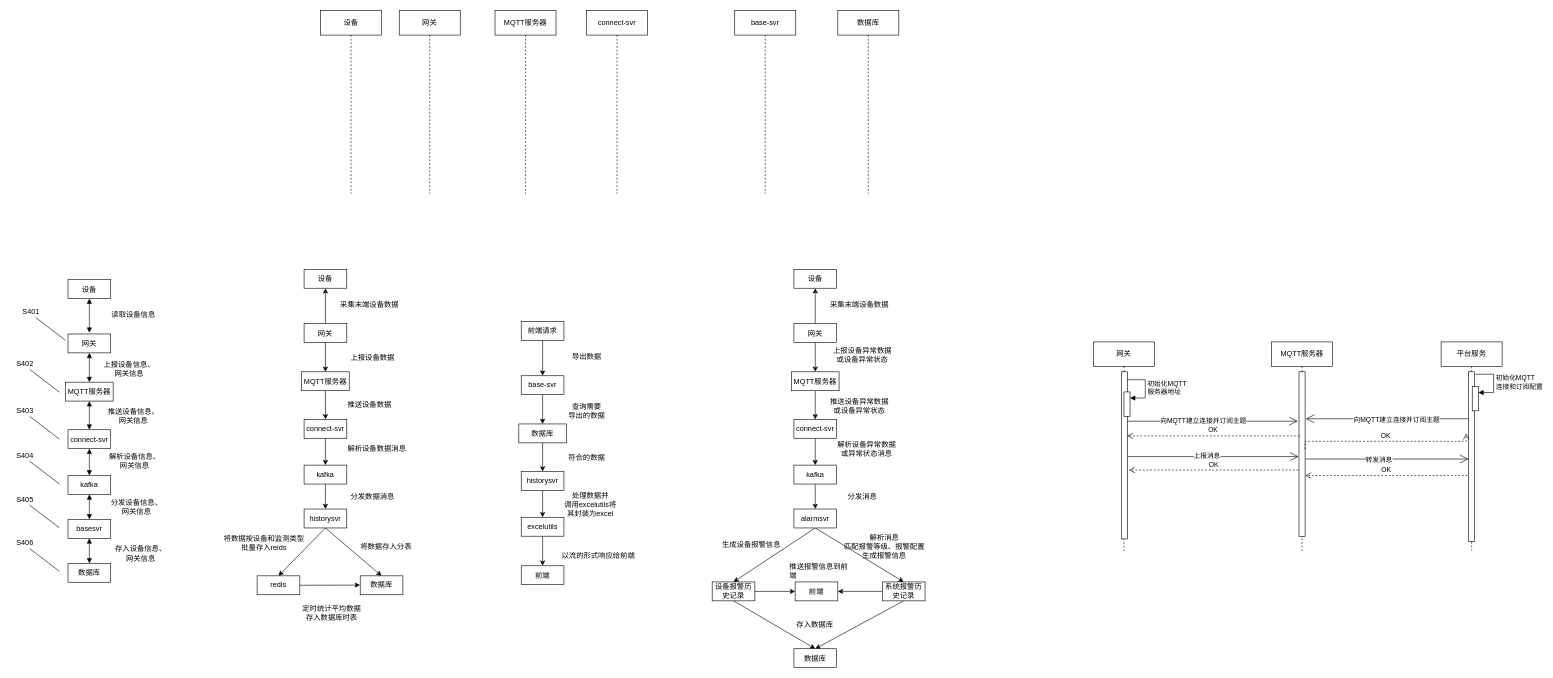
The draw.io diagram ems专利.drawio in viking-wj/software, before the edit. Source tidied: cells renumbered, new cells numbered last; positions are measured from the earlier drawing's top-left corner, leaving out a move shared by most shapes. Both pictures are drawn from the tidied source at 61%, with x=0, y=0 at pixel (10, 10).
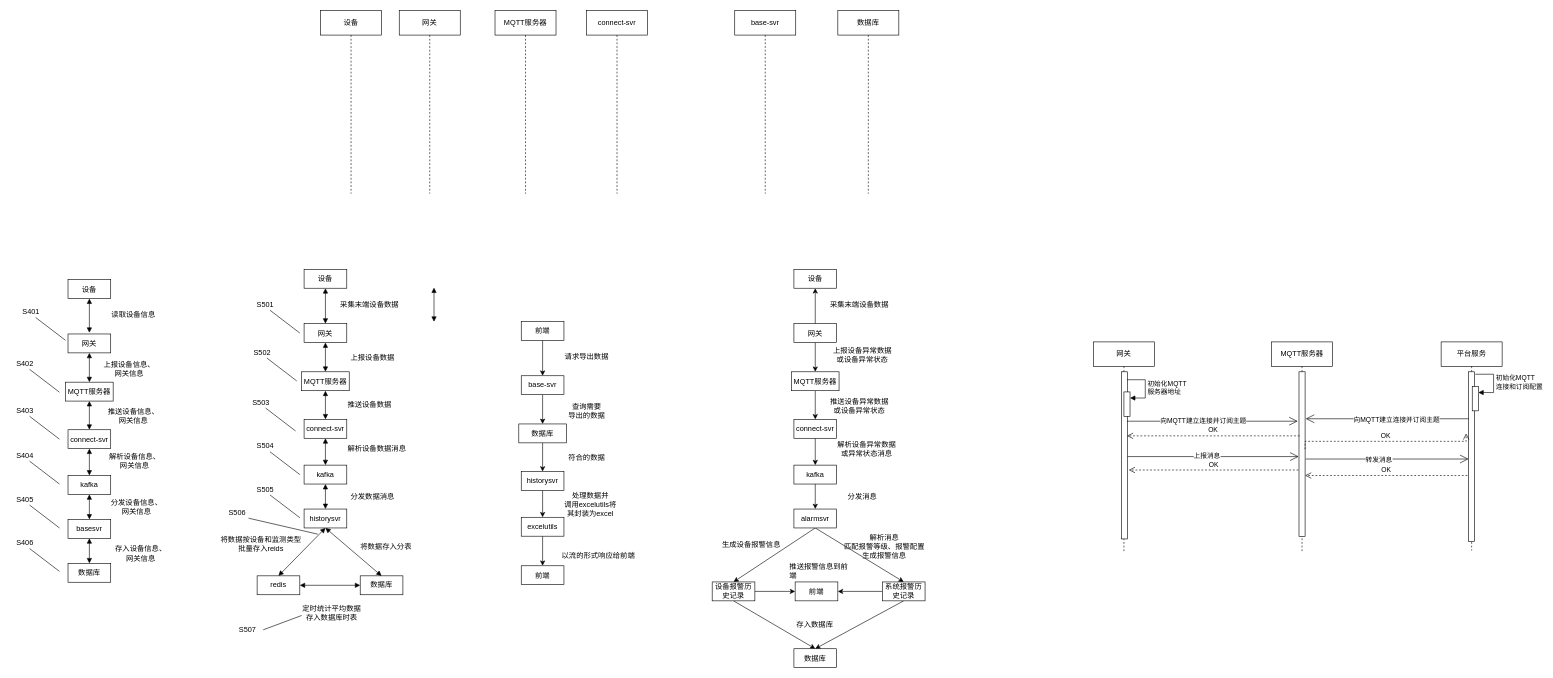
The same page after the edit.

The change refers to these unchanged cells:
```xml
<mxCell id="21" value="设备" style="rounded=0;whiteSpace=wrap;html=1;" parent="1" vertex="1">
  <mxGeometry x="481" y="424" width="70" height="31" as="geometry" />
</mxCell>
<mxCell id="24" value="网关" style="rounded=0;whiteSpace=wrap;html=1;" parent="1" vertex="1">
  <mxGeometry x="481" y="513" width="70" height="31" as="geometry" />
</mxCell>
<mxCell id="27" value="MQTT服务器" style="rounded=0;whiteSpace=wrap;html=1;" parent="1" vertex="1">
  <mxGeometry x="477" y="592" width="78" height="31" as="geometry" />
</mxCell>
<mxCell id="30" value="connect-svr" style="rounded=0;whiteSpace=wrap;html=1;" parent="1" vertex="1">
  <mxGeometry x="481" y="670" width="70" height="31" as="geometry" />
</mxCell>
<mxCell id="33" value="kafka" style="rounded=0;whiteSpace=wrap;html=1;" parent="1" vertex="1">
  <mxGeometry x="481" y="745" width="70" height="31" as="geometry" />
</mxCell>
<mxCell id="37" value="historysvr" style="rounded=0;whiteSpace=wrap;html=1;" parent="1" vertex="1">
  <mxGeometry x="481" y="817" width="70" height="31" as="geometry" />
</mxCell>
<mxCell id="39" value="数据库" style="rounded=0;whiteSpace=wrap;html=1;" parent="1" vertex="1">
  <mxGeometry x="573" y="926.5" width="70" height="31" as="geometry" />
</mxCell>
<mxCell id="41" value="redis" style="rounded=0;whiteSpace=wrap;html=1;" parent="1" vertex="1">
  <mxGeometry x="404" y="926.5" width="70" height="31" as="geometry" />
</mxCell>
```

Change to the diagram source:
```diff
@@
-    <mxCell id="22" style="edgeStyle=none;rounded=0;jettySize=auto;html=1;exitX=0.5;exitY=1;exitDx=0;exitDy=0;entryX=0.5;entryY=0;entryDx=0;entryDy=0;" parent="1" edge="1" source="24" target="27">
-      <mxGeometry relative="1" as="geometry" />
-    </mxCell>
-    <mxCell id="23" style="edgeStyle=none;rounded=0;jettySize=auto;html=1;exitX=0.5;exitY=0;exitDx=0;exitDy=0;" parent="1" edge="1" source="24" target="21">
-      <mxGeometry relative="1" as="geometry" />
-    </mxCell>
@@
-    <mxCell id="26" style="edgeStyle=none;rounded=0;jettySize=auto;html=1;exitX=0.5;exitY=1;exitDx=0;exitDy=0;entryX=0.5;entryY=0;entryDx=0;entryDy=0;" parent="1" edge="1" source="27" target="30">
-      <mxGeometry relative="1" as="geometry" />
-    </mxCell>
@@
-    <mxCell id="29" style="edgeStyle=none;rounded=0;jettySize=auto;html=1;exitX=0.5;exitY=1;exitDx=0;exitDy=0;" parent="1" edge="1" source="30" target="33">
-      <mxGeometry relative="1" as="geometry" />
-    </mxCell>
@@
-    <mxCell id="32" style="edgeStyle=none;rounded=0;jettySize=auto;html=1;exitX=0.5;exitY=1;exitDx=0;exitDy=0;entryX=0.5;entryY=0;entryDx=0;entryDy=0;" parent="1" edge="1" source="33" target="37">
-      <mxGeometry relative="1" as="geometry" />
-    </mxCell>
@@
-    <mxCell id="35" style="edgeStyle=none;rounded=0;jettySize=auto;html=1;exitX=0.5;exitY=1;exitDx=0;exitDy=0;entryX=0.5;entryY=0;entryDx=0;entryDy=0;" parent="1" edge="1" source="37" target="41">
-      <mxGeometry relative="1" as="geometry" />
-    </mxCell>
-    <mxCell id="36" style="edgeStyle=none;rounded=0;jettySize=auto;html=1;exitX=0.5;exitY=1;exitDx=0;exitDy=0;entryX=0.5;entryY=0;entryDx=0;entryDy=0;" parent="1" edge="1" source="37" target="39">
-      <mxGeometry relative="1" as="geometry" />
-    </mxCell>
@@
-    <mxCell id="40" style="edgeStyle=none;rounded=0;jettySize=auto;html=1;exitX=1;exitY=0.5;exitDx=0;exitDy=0;" parent="1" edge="1" source="41">
-      <mxGeometry relative="1" as="geometry">
-        <mxPoint x="572.7" y="941.7" as="targetPoint" />
-      </mxGeometry>
-    </mxCell>
@@
     <mxCell id="42" value="将数据按设备和监测类型&lt;br&gt;批量存入reids" style="text;html=1;align=center;verticalAlign=middle;strokeColor=none;fillColor=none;" parent="1" vertex="1">
-      <mxGeometry x="340" y="852.5" width="150" height="41" as="geometry" />
+      <mxGeometry x="335" y="854" width="150" height="41" as="geometry" />
     </mxCell>
@@
-    <mxCell id="46" value="前端请求" style="rounded=0;whiteSpace=wrap;html=1;" parent="1" vertex="1">
+    <mxCell id="46" value="前端" style="rounded=0;whiteSpace=wrap;html=1;" parent="1" vertex="1">
       <mxGeometry x="837" y="509.5" width="70" height="31" as="geometry" />
     </mxCell>
@@
-    <mxCell id="49" value="导出数据" style="text;html=1;align=center;verticalAlign=middle;strokeColor=none;fillColor=none;" parent="1" vertex="1">
-      <mxGeometry x="911" y="554.5" width="66" height="26" as="geometry" />
+    <mxCell id="49" value="请求导出数据" style="text;html=1;align=center;verticalAlign=middle;strokeColor=none;fillColor=none;" parent="1" vertex="1">
+      <mxGeometry x="899" y="554.5" width="90" height="26" as="geometry" />
     </mxCell>
@@
+    <mxCell id="131" style="endArrow=none;html=1;rounded=0;" parent="1" edge="1">
+      <mxGeometry relative="1" as="geometry">
+        <mxPoint x="474" y="528.5" as="sourcePoint" />
+        <mxPoint x="425" y="491" as="targetPoint" />
+      </mxGeometry>
+    </mxCell>
+    <mxCell id="132" value="S501" style="text;html=1;align=center;verticalAlign=middle;strokeColor=none;fillColor=none;" parent="1" vertex="1">
+      <mxGeometry x="394" y="469" width="46" height="26" as="geometry" />
+    </mxCell>
+    <mxCell id="133" style="endArrow=none;html=1;rounded=0;" parent="1" edge="1">
+      <mxGeometry relative="1" as="geometry">
+        <mxPoint x="469" y="607" as="sourcePoint" />
+        <mxPoint x="420" y="569.5" as="targetPoint" />
+      </mxGeometry>
+    </mxCell>
+    <mxCell id="134" value="S502" style="text;html=1;align=center;verticalAlign=middle;strokeColor=none;fillColor=none;" parent="1" vertex="1">
+      <mxGeometry x="389" y="547.5" width="46" height="26" as="geometry" />
+    </mxCell>
+    <mxCell id="135" style="endArrow=none;html=1;rounded=0;" parent="1" edge="1">
+      <mxGeometry relative="1" as="geometry">
+        <mxPoint x="467" y="689" as="sourcePoint" />
+        <mxPoint x="418" y="651.5" as="targetPoint" />
+      </mxGeometry>
+    </mxCell>
+    <mxCell id="136" value="S503" style="text;html=1;align=center;verticalAlign=middle;strokeColor=none;fillColor=none;" parent="1" vertex="1">
+      <mxGeometry x="387" y="629.5" width="46" height="26" as="geometry" />
+    </mxCell>
+    <mxCell id="137" style="endArrow=none;html=1;rounded=0;" parent="1" edge="1">
+      <mxGeometry relative="1" as="geometry">
+        <mxPoint x="474" y="760.5" as="sourcePoint" />
+        <mxPoint x="425" y="723" as="targetPoint" />
+      </mxGeometry>
+    </mxCell>
+    <mxCell id="138" value="S504" style="text;html=1;align=center;verticalAlign=middle;strokeColor=none;fillColor=none;" parent="1" vertex="1">
+      <mxGeometry x="394" y="701" width="46" height="26" as="geometry" />
+    </mxCell>
+    <mxCell id="139" style="endArrow=none;html=1;rounded=0;" parent="1" edge="1">
+      <mxGeometry relative="1" as="geometry">
+        <mxPoint x="474" y="831.2" as="sourcePoint" />
+        <mxPoint x="425" y="793.8" as="targetPoint" />
+      </mxGeometry>
+    </mxCell>
+    <mxCell id="140" value="S505" style="text;html=1;align=center;verticalAlign=middle;strokeColor=none;fillColor=none;" parent="1" vertex="1">
+      <mxGeometry x="394" y="771.8" width="46" height="26" as="geometry" />
+    </mxCell>
+    <mxCell id="141" style="endArrow=none;html=1;rounded=0;" parent="1" edge="1">
+      <mxGeometry relative="1" as="geometry">
+        <mxPoint x="503.5" y="858.2" as="sourcePoint" />
+        <mxPoint x="390" y="832" as="targetPoint" />
+      </mxGeometry>
+    </mxCell>
+    <mxCell id="142" value="S506" style="text;html=1;align=center;verticalAlign=middle;strokeColor=none;fillColor=none;" parent="1" vertex="1">
+      <mxGeometry x="348" y="810" width="46" height="26" as="geometry" />
+    </mxCell>
+    <mxCell id="143" style="endArrow=none;html=1;rounded=0;" parent="1" edge="1">
+      <mxGeometry relative="1" as="geometry">
+        <mxPoint x="477" y="991.5" as="sourcePoint" />
+        <mxPoint x="414" y="1015" as="targetPoint" />
+      </mxGeometry>
+    </mxCell>
+    <mxCell id="144" value="S507" style="text;html=1;align=center;verticalAlign=middle;strokeColor=none;fillColor=none;" parent="1" vertex="1">
+      <mxGeometry x="365" y="1002" width="46" height="26" as="geometry" />
+    </mxCell>
+    <mxCell id="145" style="endArrow=block;startArrow=block;endFill=1;startFill=1;html=1;rounded=0;" parent="1" edge="1">
+      <mxGeometry relative="1" as="geometry">
+        <mxPoint x="694" y="454" as="sourcePoint" />
+        <mxPoint x="694" y="510" as="targetPoint" />
+      </mxGeometry>
+    </mxCell>
+    <mxCell id="146" style="endArrow=block;startArrow=block;endFill=1;startFill=1;html=1;rounded=0;entryX=0.5;entryY=0;entryDx=0;entryDy=0;exitX=0.5;exitY=1;exitDx=0;exitDy=0;" parent="1" edge="1" source="21" target="24">
+      <mxGeometry relative="1" as="geometry" />
+    </mxCell>
+    <mxCell id="22" style="endArrow=block;startArrow=block;endFill=1;startFill=1;html=1;rounded=0;exitX=0.5;exitY=1;exitDx=0;exitDy=0;entryX=0.5;entryY=0;entryDx=0;entryDy=0;" parent="1" edge="1" source="24" target="27">
+      <mxGeometry relative="1" as="geometry" />
+    </mxCell>
+    <mxCell id="26" style="endArrow=block;startArrow=block;endFill=1;startFill=1;html=1;rounded=0;exitX=0.5;exitY=1;exitDx=0;exitDy=0;" parent="1" edge="1" source="27" target="30">
+      <mxGeometry relative="1" as="geometry" />
+    </mxCell>
+    <mxCell id="29" style="endArrow=block;startArrow=block;endFill=1;startFill=1;html=1;rounded=0;exitX=0.5;exitY=1;exitDx=0;exitDy=0;entryX=0.5;entryY=0;entryDx=0;entryDy=0;" parent="1" edge="1" source="30" target="33">
+      <mxGeometry relative="1" as="geometry" />
+    </mxCell>
+    <mxCell id="32" style="endArrow=block;startArrow=block;endFill=1;startFill=1;html=1;rounded=0;exitX=0.5;exitY=1;exitDx=0;exitDy=0;entryX=0.5;entryY=0;entryDx=0;entryDy=0;" parent="1" edge="1" source="33" target="37">
+      <mxGeometry relative="1" as="geometry" />
+    </mxCell>
+    <mxCell id="147" style="endArrow=block;startArrow=block;endFill=1;startFill=1;html=1;rounded=0;exitX=0.5;exitY=0;exitDx=0;exitDy=0;entryX=0.5;entryY=1;entryDx=0;entryDy=0;" parent="1" edge="1" source="41" target="37">
+      <mxGeometry relative="1" as="geometry" />
+    </mxCell>
+    <mxCell id="36" style="endArrow=block;startArrow=block;endFill=1;startFill=1;html=1;rounded=0;exitX=0.5;exitY=1;exitDx=0;exitDy=0;entryX=0.5;entryY=0;entryDx=0;entryDy=0;" parent="1" edge="1" source="37" target="39">
+      <mxGeometry relative="1" as="geometry" />
+    </mxCell>
+    <mxCell id="148" style="endArrow=block;startArrow=block;endFill=1;startFill=1;html=1;rounded=0;exitX=1;exitY=0.5;exitDx=0;exitDy=0;entryX=0;entryY=0.5;entryDx=0;entryDy=0;" parent="1" edge="1" source="41" target="39">
+      <mxGeometry relative="1" as="geometry" />
+    </mxCell>
```
